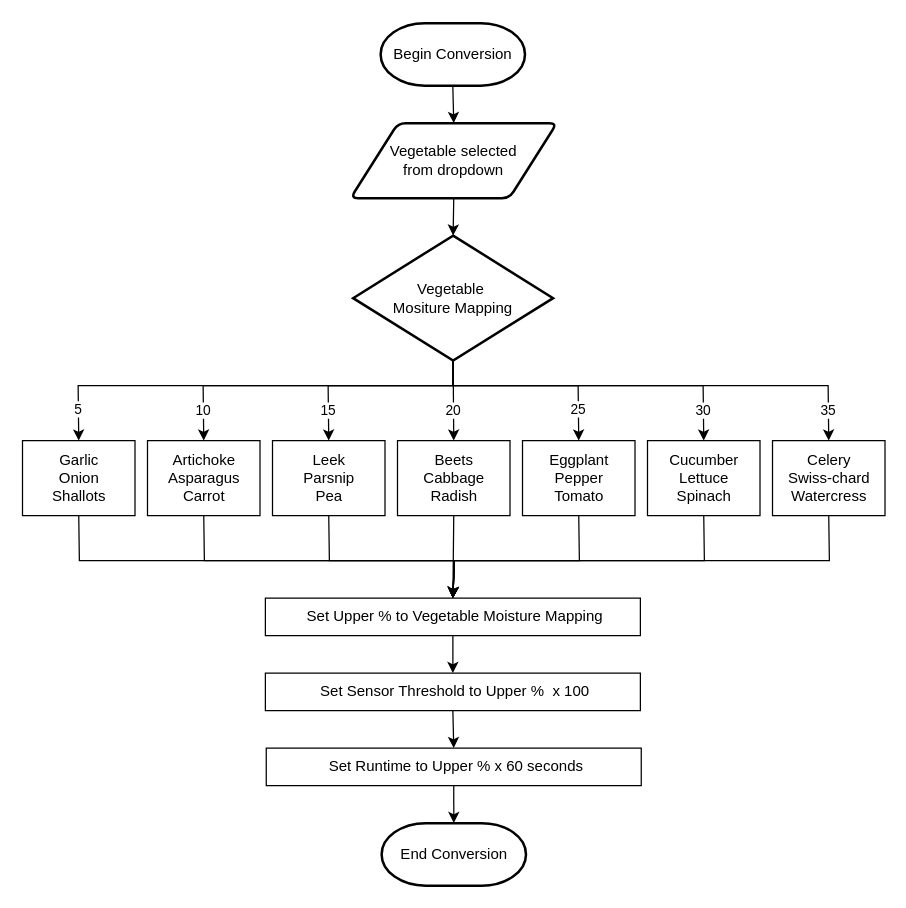
The draw.io diagram images/Smart Watering Conversion.drawio in jamesking020773/jamesking020773.github.io, before the edit. Source tidied: cells renumbered, new cells numbered last; positions are measured from the earlier drawing's top-left corner, leaving out a move shared by most shapes. Both pictures are drawn from the tidied source at 125%, with x=0, y=0 at pixel (21, 22).
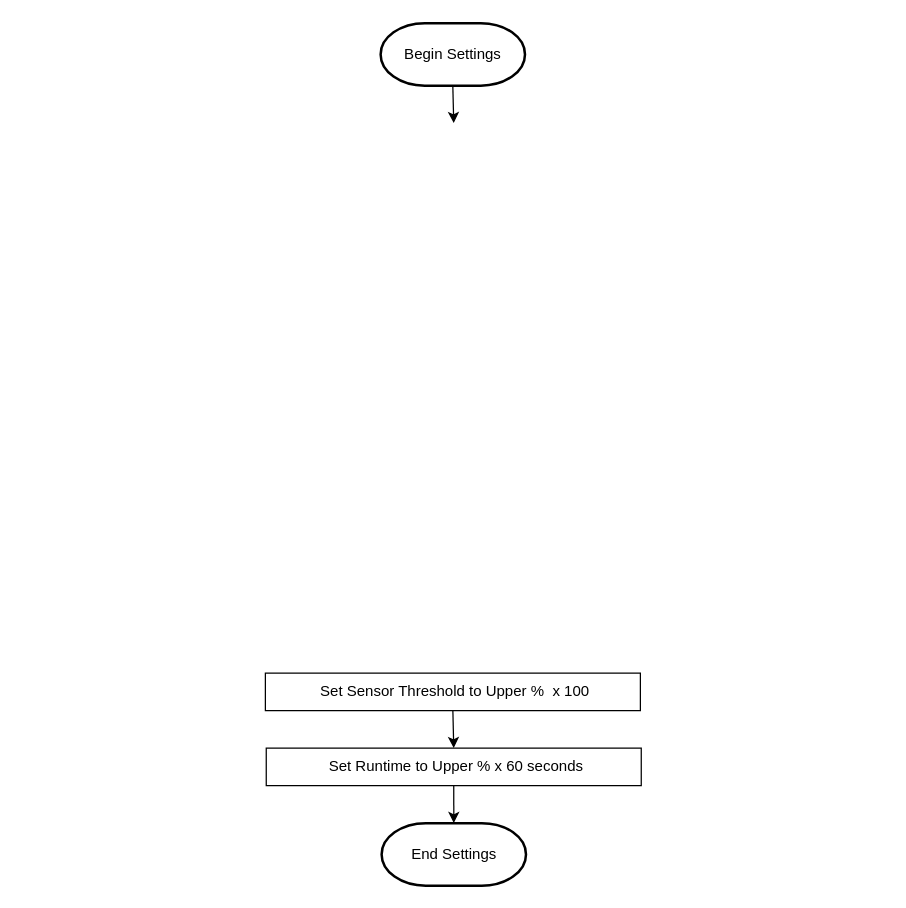
After the change.

The change refers to these unchanged cells:
```xml
<mxCell id="30" value="&amp;nbsp;Set Sensor Threshold to Upper %&amp;nbsp; x 100" style="rounded=0;whiteSpace=wrap;html=1;" parent="1" vertex="1">
  <mxGeometry x="194.8" y="520" width="300" height="30" as="geometry" />
</mxCell>
```

Diff of the diagram source:
```diff
@@
-    <mxCell id="2" value="Begin Conversion" style="strokeWidth=2;html=1;shape=mxgraph.flowchart.terminator;whiteSpace=wrap;" parent="1" vertex="1">
+    <mxCell id="2" value="Begin Settings" style="strokeWidth=2;html=1;shape=mxgraph.flowchart.terminator;whiteSpace=wrap;" parent="1" vertex="1">
       <mxGeometry x="287" width="115.5" height="50" as="geometry" />
     </mxCell>
-    <mxCell id="3" value="End Conversion" style="strokeWidth=2;html=1;shape=mxgraph.flowchart.terminator;whiteSpace=wrap;" parent="1" vertex="1">
+    <mxCell id="3" value="End Settings" style="strokeWidth=2;html=1;shape=mxgraph.flowchart.terminator;whiteSpace=wrap;" parent="1" vertex="1">
       <mxGeometry x="287.8" y="640" width="115.5" height="50" as="geometry" />
     </mxCell>
-    <mxCell id="4" value="Vegetable selected&lt;div&gt;from dropdown&lt;/div&gt;" style="shape=parallelogram;html=1;strokeWidth=2;perimeter=parallelogramPerimeter;whiteSpace=wrap;rounded=1;arcSize=12;size=0.23;" parent="1" vertex="1">
-      <mxGeometry x="263" y="80" width="165" height="60" as="geometry" />
-    </mxCell>
-    <mxCell id="5" value="Vegetable&amp;nbsp;&lt;div&gt;Mositure Mapping&lt;/div&gt;" style="strokeWidth=2;html=1;shape=mxgraph.flowchart.decision;whiteSpace=wrap;" parent="1" vertex="1">
-      <mxGeometry x="265" y="170" width="160" height="100" as="geometry" />
-    </mxCell>
-    <mxCell id="6" value="Garlic&lt;div&gt;Onion&lt;/div&gt;&lt;div&gt;Shallots&lt;/div&gt;" style="rounded=0;whiteSpace=wrap;html=1;" parent="1" vertex="1">
-      <mxGeometry x="0.5" y="334" width="90" height="60" as="geometry" />
-    </mxCell>
-    <mxCell id="7" style="endArrow=classic;html=1;rounded=0;exitX=0.5;exitY=1;exitDx=0;exitDy=0;exitPerimeter=0;entryX=0.5;entryY=0;entryDx=0;entryDy=0;" parent="1" edge="1" source="5" target="6">
-      <mxGeometry relative="1" as="geometry">
-        <Array as="points">
-          <mxPoint x="345" y="290" />
-          <mxPoint x="45" y="290" />
-        </Array>
-      </mxGeometry>
-    </mxCell>
-    <mxCell id="8" value="5" style="edgeLabel;html=1;align=center;verticalAlign=middle;" parent="7" vertex="1">
-      <mxGeometry x="0.92" relative="1" as="geometry">
-        <mxPoint x="-1" y="-10" as="offset" />
-      </mxGeometry>
-    </mxCell>
-    <mxCell id="9" value="Leek&lt;div&gt;Parsnip&lt;/div&gt;&lt;div&gt;Pea&lt;/div&gt;" style="rounded=0;whiteSpace=wrap;html=1;" parent="1" vertex="1">
-      <mxGeometry x="200.5" y="334" width="90" height="60" as="geometry" />
-    </mxCell>
-    <mxCell id="10" value="Artichoke&lt;div&gt;Asparagus&lt;/div&gt;&lt;div&gt;Carrot&lt;/div&gt;" style="rounded=0;whiteSpace=wrap;html=1;" parent="1" vertex="1">
-      <mxGeometry x="100.5" y="334" width="90" height="60" as="geometry" />
-    </mxCell>
-    <mxCell id="11" value="Beets&lt;div&gt;Cabbage&lt;/div&gt;&lt;div&gt;Radish&lt;/div&gt;" style="rounded=0;whiteSpace=wrap;html=1;" parent="1" vertex="1">
-      <mxGeometry x="300.5" y="334" width="90" height="60" as="geometry" />
-    </mxCell>
-    <mxCell id="12" value="Eggplant&lt;div&gt;Pepper&lt;/div&gt;&lt;div&gt;Tomato&lt;/div&gt;" style="rounded=0;whiteSpace=wrap;html=1;" parent="1" vertex="1">
-      <mxGeometry x="400.5" y="334" width="90" height="60" as="geometry" />
-    </mxCell>
-    <mxCell id="13" value="Celery&lt;div&gt;Swiss-chard&lt;/div&gt;&lt;div&gt;Watercress&lt;/div&gt;" style="rounded=0;whiteSpace=wrap;html=1;" parent="1" vertex="1">
-      <mxGeometry x="600.5" y="334" width="90" height="60" as="geometry" />
-    </mxCell>
-    <mxCell id="14" value="Cucumber&lt;div&gt;Lettuce&lt;/div&gt;&lt;div&gt;Spinach&lt;/div&gt;" style="rounded=0;whiteSpace=wrap;html=1;" parent="1" vertex="1">
-      <mxGeometry x="500.5" y="334" width="90" height="60" as="geometry" />
-    </mxCell>
-    <mxCell id="15" style="endArrow=classic;html=1;rounded=0;exitX=0.5;exitY=1;exitDx=0;exitDy=0;exitPerimeter=0;entryX=0.5;entryY=0;entryDx=0;entryDy=0;" parent="1" edge="1" source="5" target="13">
-      <mxGeometry relative="1" as="geometry">
-        <Array as="points">
-          <mxPoint x="345" y="290" />
-          <mxPoint x="645" y="290" />
-        </Array>
-      </mxGeometry>
-    </mxCell>
-    <mxCell id="16" value="35" style="edgeLabel;html=1;align=center;verticalAlign=middle;" parent="15" vertex="1">
-      <mxGeometry x="0.91" y="-1" relative="1" as="geometry">
-        <mxPoint y="-9" as="offset" />
-      </mxGeometry>
-    </mxCell>
-    <mxCell id="17" style="endArrow=classic;html=1;rounded=0;exitX=0.5;exitY=1;exitDx=0;exitDy=0;exitPerimeter=0;entryX=0.5;entryY=0;entryDx=0;entryDy=0;" parent="1" edge="1" source="5" target="11">
-      <mxGeometry relative="1" as="geometry" />
-    </mxCell>
-    <mxCell id="18" value="20" style="edgeLabel;html=1;align=center;verticalAlign=middle;" parent="17" vertex="1">
-      <mxGeometry x="0.36" y="1" relative="1" as="geometry">
-        <mxPoint x="-2" y="-4" as="offset" />
-      </mxGeometry>
-    </mxCell>
-    <mxCell id="19" style="endArrow=classic;html=1;rounded=0;exitX=0.5;exitY=1;exitDx=0;exitDy=0;exitPerimeter=0;entryX=0.5;entryY=0;entryDx=0;entryDy=0;" parent="1" edge="1" source="5" target="9">
-      <mxGeometry relative="1" as="geometry">
-        <Array as="points">
-          <mxPoint x="345" y="290" />
-          <mxPoint x="245" y="290" />
-        </Array>
-      </mxGeometry>
-    </mxCell>
-    <mxCell id="20" value="15" style="edgeLabel;html=1;align=center;verticalAlign=middle;" parent="19" vertex="1">
-      <mxGeometry x="0.8" relative="1" as="geometry">
-        <mxPoint x="-1" y="-8" as="offset" />
-      </mxGeometry>
-    </mxCell>
-    <mxCell id="21" style="endArrow=classic;html=1;rounded=0;entryX=0.5;entryY=0;entryDx=0;entryDy=0;exitX=0.5;exitY=1;exitDx=0;exitDy=0;exitPerimeter=0;" parent="1" edge="1" source="5" target="12">
-      <mxGeometry relative="1" as="geometry">
-        <Array as="points">
-          <mxPoint x="345" y="290" />
-          <mxPoint x="445" y="290" />
-        </Array>
-      </mxGeometry>
-    </mxCell>
-    <mxCell id="22" value="25" style="edgeLabel;html=1;align=center;verticalAlign=middle;" parent="21" vertex="1">
-      <mxGeometry x="0.81" y="2" relative="1" as="geometry">
-        <mxPoint x="-3" y="-9" as="offset" />
-      </mxGeometry>
-    </mxCell>
-    <mxCell id="23" style="endArrow=classic;html=1;rounded=0;exitX=0.5;exitY=1;exitDx=0;exitDy=0;exitPerimeter=0;entryX=0.5;entryY=0;entryDx=0;entryDy=0;" parent="1" edge="1" source="5" target="14">
-      <mxGeometry relative="1" as="geometry">
-        <Array as="points">
-          <mxPoint x="345" y="290" />
-          <mxPoint x="545" y="290" />
-        </Array>
-      </mxGeometry>
-    </mxCell>
-    <mxCell id="24" value="30" style="edgeLabel;html=1;align=center;verticalAlign=middle;" parent="23" vertex="1">
-      <mxGeometry x="0.87" y="2" relative="1" as="geometry">
-        <mxPoint x="-3" y="-7" as="offset" />
-      </mxGeometry>
-    </mxCell>
-    <mxCell id="25" style="endArrow=classic;html=1;rounded=0;exitX=0.5;exitY=1;exitDx=0;exitDy=0;exitPerimeter=0;entryX=0.5;entryY=0;entryDx=0;entryDy=0;" parent="1" edge="1" source="5" target="10">
-      <mxGeometry relative="1" as="geometry">
-        <Array as="points">
-          <mxPoint x="345" y="290" />
-          <mxPoint x="145" y="290" />
-        </Array>
-      </mxGeometry>
-    </mxCell>
-    <mxCell id="26" value="10" style="edgeLabel;html=1;align=center;verticalAlign=middle;" parent="25" vertex="1">
-      <mxGeometry x="0.87" y="1" relative="1" as="geometry">
-        <mxPoint x="-2" y="-7" as="offset" />
-      </mxGeometry>
-    </mxCell>
-    <mxCell id="27" style="endArrow=classic;html=1;rounded=0;exitX=0.5;exitY=1;exitDx=0;exitDy=0;exitPerimeter=0;entryX=0.5;entryY=0;entryDx=0;entryDy=0;" parent="1" edge="1" source="2" target="4">
-      <mxGeometry relative="1" as="geometry" />
+    <mxCell id="27" style="endArrow=classic;html=1;rounded=0;exitX=0.5;exitY=1;exitDx=0;exitDy=0;exitPerimeter=0;entryX=0.5;entryY=0;entryDx=0;entryDy=0;" parent="1" edge="1" source="2">
+      <mxGeometry relative="1" as="geometry">
+        <mxPoint x="345.5" y="80" as="targetPoint" />
+      </mxGeometry>
     </mxCell>
-    <mxCell id="28" style="endArrow=classic;html=1;rounded=0;exitX=0.5;exitY=1;exitDx=0;exitDy=0;entryX=0.5;entryY=0;entryDx=0;entryDy=0;entryPerimeter=0;" parent="1" edge="1" source="4" target="5">
-      <mxGeometry relative="1" as="geometry" />
-    </mxCell>
-    <mxCell id="29" value="&amp;nbsp;Set Upper % to Vegetable Moisture Mapping" style="rounded=0;whiteSpace=wrap;html=1;" parent="1" vertex="1">
-      <mxGeometry x="194.8" y="460" width="300" height="30" as="geometry" />
-    </mxCell>
@@
-    <mxCell id="32" style="endArrow=classic;html=1;rounded=0;exitX=0.5;exitY=1;exitDx=0;exitDy=0;entryX=0.5;entryY=0;entryDx=0;entryDy=0;" parent="1" edge="1" source="6" target="29">
-      <mxGeometry relative="1" as="geometry">
-        <Array as="points">
-          <mxPoint x="46" y="430" />
-          <mxPoint x="346" y="430" />
-        </Array>
-      </mxGeometry>
-    </mxCell>
-    <mxCell id="33" style="endArrow=classic;html=1;rounded=0;exitX=0.5;exitY=1;exitDx=0;exitDy=0;entryX=0.5;entryY=0;entryDx=0;entryDy=0;" parent="1" edge="1" source="10" target="29">
-      <mxGeometry relative="1" as="geometry">
-        <Array as="points">
-          <mxPoint x="146" y="430" />
-          <mxPoint x="346" y="430" />
-        </Array>
-      </mxGeometry>
-    </mxCell>
-    <mxCell id="34" style="endArrow=classic;html=1;rounded=0;exitX=0.5;exitY=1;exitDx=0;exitDy=0;entryX=0.5;entryY=0;entryDx=0;entryDy=0;" parent="1" edge="1" source="9" target="29">
-      <mxGeometry relative="1" as="geometry">
-        <Array as="points">
-          <mxPoint x="246" y="430" />
-          <mxPoint x="346" y="430" />
-        </Array>
-      </mxGeometry>
-    </mxCell>
-    <mxCell id="35" style="endArrow=classic;html=1;rounded=0;exitX=0.5;exitY=1;exitDx=0;exitDy=0;entryX=0.5;entryY=0;entryDx=0;entryDy=0;" parent="1" edge="1" source="11" target="29">
-      <mxGeometry relative="1" as="geometry" />
-    </mxCell>
-    <mxCell id="36" style="endArrow=classic;html=1;rounded=0;exitX=0.5;exitY=1;exitDx=0;exitDy=0;entryX=0.5;entryY=0;entryDx=0;entryDy=0;" parent="1" edge="1" source="12" target="29">
-      <mxGeometry relative="1" as="geometry">
-        <Array as="points">
-          <mxPoint x="446" y="430" />
-          <mxPoint x="346" y="430" />
-        </Array>
-      </mxGeometry>
-    </mxCell>
-    <mxCell id="37" style="endArrow=classic;html=1;rounded=0;exitX=0.5;exitY=1;exitDx=0;exitDy=0;entryX=0.5;entryY=0;entryDx=0;entryDy=0;" parent="1" edge="1" source="14" target="29">
-      <mxGeometry relative="1" as="geometry">
-        <Array as="points">
-          <mxPoint x="546" y="430" />
-          <mxPoint x="346" y="430" />
-        </Array>
-      </mxGeometry>
-    </mxCell>
-    <mxCell id="38" style="endArrow=classic;html=1;rounded=0;exitX=0.5;exitY=1;exitDx=0;exitDy=0;entryX=0.5;entryY=0;entryDx=0;entryDy=0;" parent="1" edge="1" source="13" target="29">
-      <mxGeometry relative="1" as="geometry">
-        <Array as="points">
-          <mxPoint x="646" y="430" />
-          <mxPoint x="346" y="430" />
-        </Array>
-      </mxGeometry>
-    </mxCell>
-    <mxCell id="39" style="endArrow=classic;html=1;rounded=0;exitX=0.5;exitY=1;exitDx=0;exitDy=0;entryX=0.5;entryY=0;entryDx=0;entryDy=0;" parent="1" edge="1" source="29" target="30">
-      <mxGeometry relative="1" as="geometry" />
-    </mxCell>
```
